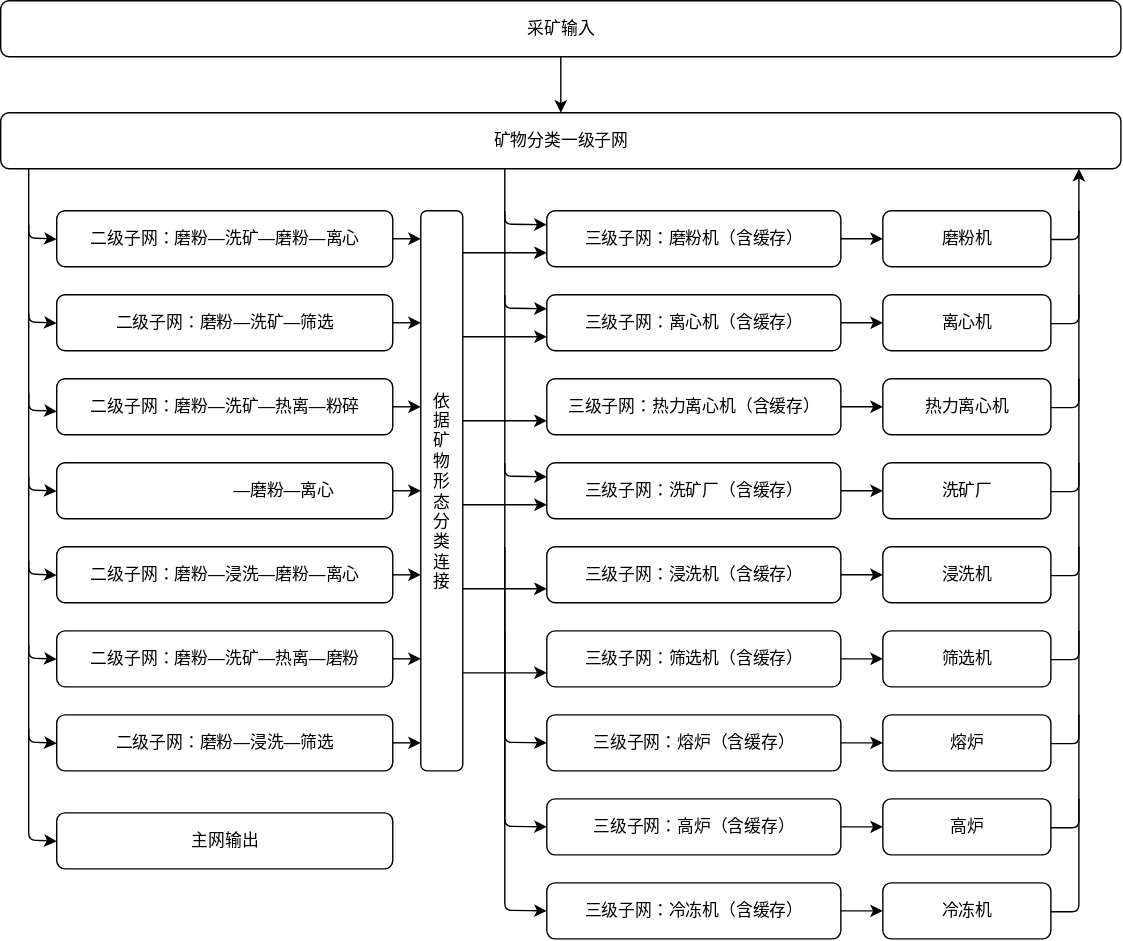
ay-tony/ay-tony.github.io keeps this draw.io diagram as src/content/typ/img/2025-08-15-13-19-00.drawio.svg. Above is the earlier version. Source tidied: cells renumbered, new cells last; positions are measured from the earlier drawing's top-left corner, leaving out a move shared by most shapes.
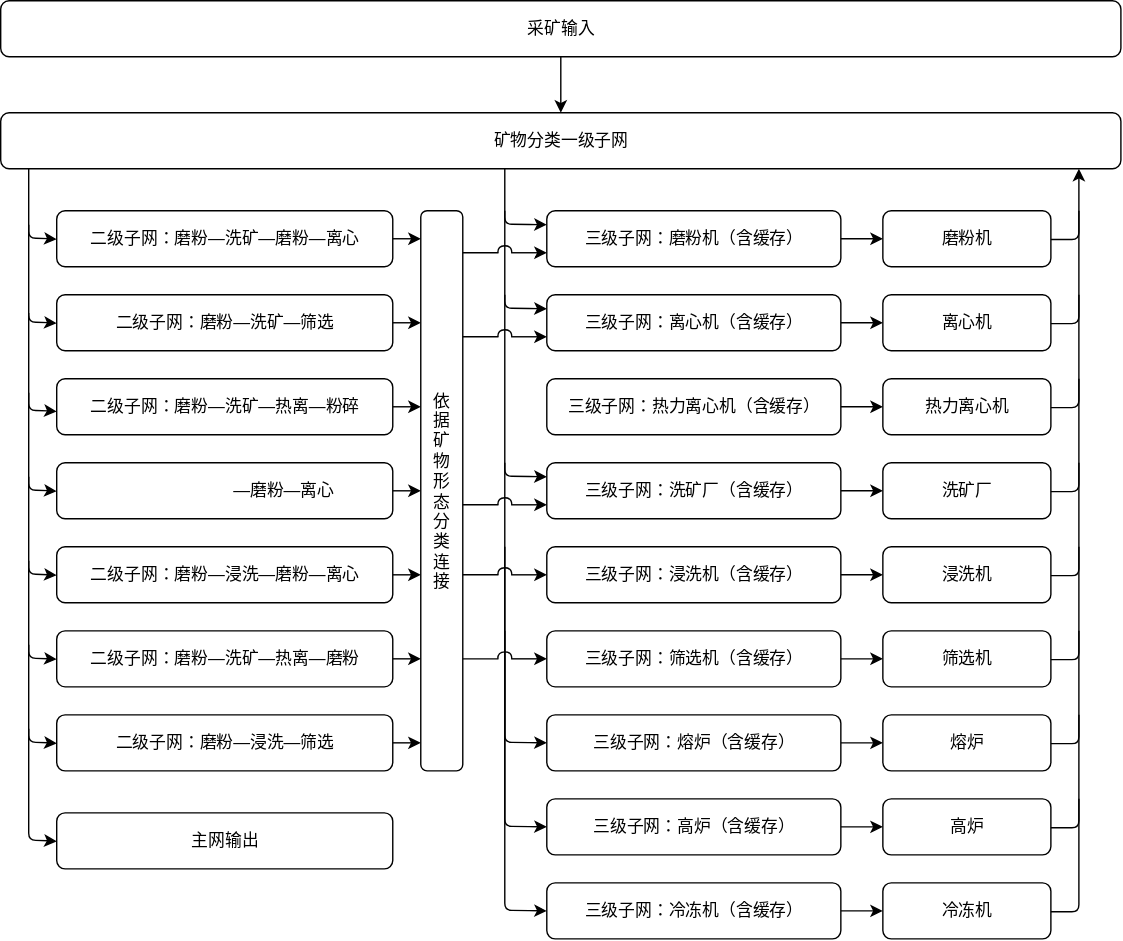
Later version of the same file.

Commit message:
fix: 修改图片问题

Diff of the diagram source:
```diff
@@ -73,9 +73,6 @@
     <mxCell id="18" style="edgeStyle=orthogonalEdgeStyle;rounded=0;jettySize=auto;html=1;exitX=1;exitY=0.5;exitDx=0;exitDy=0;entryX=0;entryY=0.5;entryDx=0;entryDy=0;" parent="1" edge="1" source="20" target="37">
       <mxGeometry relative="1" as="geometry" />
     </mxCell>
-    <mxCell id="19" style="edgeStyle=orthogonalEdgeStyle;rounded=0;jettySize=auto;html=1;exitX=0;exitY=0.75;exitDx=0;exitDy=0;entryX=1;entryY=0.075;entryDx=0;entryDy=0;entryPerimeter=0;endArrow=none;endFill=0;startArrow=classic;startFill=1;" parent="1" edge="1" source="20" target="61">
-      <mxGeometry relative="1" as="geometry" />
-    </mxCell>
     <mxCell id="20" value="三级子网：磨粉机（含缓存）" style="rounded=1;whiteSpace=wrap;html=1;labelPosition=center;verticalLabelPosition=middle;align=center;verticalAlign=middle;fillColor=none;strokeColor=light-dark(#000000,#FFFFFF);" parent="1" vertex="1">
       <mxGeometry x="390" y="150" width="210" height="40" as="geometry" />
     </mxCell>
@@ -347,36 +344,6 @@
         <mxPoint x="300" y="530" as="targetPoint" />
       </mxGeometry>
     </mxCell>
-    <mxCell id="67" style="edgeStyle=orthogonalEdgeStyle;rounded=0;orthogonalLoop=1;jettySize=auto;html=1;exitX=0;exitY=0.75;exitDx=0;exitDy=0;entryX=1;entryY=0.058;entryDx=0;entryDy=0;entryPerimeter=0;endArrow=none;endFill=0;startArrow=classic;startFill=1;" parent="1" edge="1">
-      <mxGeometry relative="1" as="geometry">
-        <mxPoint x="390" y="240" as="sourcePoint" />
-        <mxPoint x="330" y="240" as="targetPoint" />
-      </mxGeometry>
-    </mxCell>
-    <mxCell id="68" style="edgeStyle=orthogonalEdgeStyle;rounded=0;orthogonalLoop=1;jettySize=auto;html=1;exitX=0;exitY=0.75;exitDx=0;exitDy=0;entryX=1;entryY=0.058;entryDx=0;entryDy=0;entryPerimeter=0;endArrow=none;endFill=0;startArrow=classic;startFill=1;" parent="1" edge="1">
-      <mxGeometry relative="1" as="geometry">
-        <mxPoint x="390" y="300" as="sourcePoint" />
-        <mxPoint x="330" y="300" as="targetPoint" />
-      </mxGeometry>
-    </mxCell>
-    <mxCell id="69" style="edgeStyle=orthogonalEdgeStyle;rounded=0;orthogonalLoop=1;jettySize=auto;html=1;exitX=0;exitY=0.75;exitDx=0;exitDy=0;entryX=1;entryY=0.058;entryDx=0;entryDy=0;entryPerimeter=0;endArrow=none;endFill=0;startArrow=classic;startFill=1;" parent="1" edge="1">
-      <mxGeometry relative="1" as="geometry">
-        <mxPoint x="390" y="360" as="sourcePoint" />
-        <mxPoint x="330" y="360" as="targetPoint" />
-      </mxGeometry>
-    </mxCell>
-    <mxCell id="70" style="edgeStyle=orthogonalEdgeStyle;rounded=0;orthogonalLoop=1;jettySize=auto;html=1;exitX=0;exitY=0.75;exitDx=0;exitDy=0;entryX=1;entryY=0.058;entryDx=0;entryDy=0;entryPerimeter=0;endArrow=none;endFill=0;startArrow=classic;startFill=1;" parent="1" edge="1">
-      <mxGeometry relative="1" as="geometry">
-        <mxPoint x="390" y="420" as="sourcePoint" />
-        <mxPoint x="330" y="420" as="targetPoint" />
-      </mxGeometry>
-    </mxCell>
-    <mxCell id="71" style="edgeStyle=orthogonalEdgeStyle;rounded=0;orthogonalLoop=1;jettySize=auto;html=1;exitX=0;exitY=0.75;exitDx=0;exitDy=0;entryX=1;entryY=0.058;entryDx=0;entryDy=0;entryPerimeter=0;endArrow=none;endFill=0;startArrow=classic;startFill=1;" parent="1" edge="1">
-      <mxGeometry relative="1" as="geometry">
-        <mxPoint x="390" y="480" as="sourcePoint" />
-        <mxPoint x="330" y="480" as="targetPoint" />
-      </mxGeometry>
-    </mxCell>
     <mxCell id="72" style="curved=1;endArrow=classic;html=1;rounded=0;entryX=0;entryY=0.25;entryDx=0;entryDy=0;" parent="1" edge="1" target="20">
       <mxGeometry relative="1" as="geometry">
         <mxPoint x="360" y="120" as="sourcePoint" />
@@ -442,5 +409,130 @@
         </Array>
       </mxGeometry>
     </mxCell>
+    <mxCell id="78" style="group;" parent="1" vertex="1">
+      <mxGeometry x="330" y="175" width="60" height="5" as="geometry" />
+    </mxCell>
+    <mxCell id="79" style="curved=1;endArrow=none;html=1;rounded=0;endFill=0;" parent="78" edge="1">
+      <mxGeometry relative="1" as="geometry">
+        <mxPoint x="25" y="5" as="sourcePoint" />
+        <mxPoint x="35" y="5" as="targetPoint" />
+        <Array as="points">
+          <mxPoint x="25" />
+          <mxPoint x="35" />
+        </Array>
+      </mxGeometry>
+    </mxCell>
+    <mxCell id="80" style="endArrow=classic;html=1;rounded=0;" parent="78" edge="1">
+      <mxGeometry relative="1" as="geometry">
+        <mxPoint x="34.5" y="5" as="sourcePoint" />
+        <mxPoint x="60" y="5" as="targetPoint" />
+      </mxGeometry>
+    </mxCell>
+    <mxCell id="81" style="endArrow=none;html=1;rounded=0;entryX=1;entryY=0.125;entryDx=0;entryDy=0;entryPerimeter=0;" parent="78" edge="1">
+      <mxGeometry relative="1" as="geometry">
+        <mxPoint x="25.5" y="5" as="sourcePoint" />
+        <mxPoint y="5" as="targetPoint" />
+      </mxGeometry>
+    </mxCell>
+    <mxCell id="82" style="group;" parent="1" vertex="1">
+      <mxGeometry x="330" y="235" width="60" height="5" as="geometry" />
+    </mxCell>
+    <mxCell id="83" style="curved=1;endArrow=none;html=1;rounded=0;endFill=0;" parent="82" edge="1">
+      <mxGeometry relative="1" as="geometry">
+        <mxPoint x="25" y="5" as="sourcePoint" />
+        <mxPoint x="35" y="5" as="targetPoint" />
+        <Array as="points">
+          <mxPoint x="25" />
+          <mxPoint x="35" />
+        </Array>
+      </mxGeometry>
+    </mxCell>
+    <mxCell id="84" style="endArrow=classic;html=1;rounded=0;" parent="82" edge="1">
+      <mxGeometry relative="1" as="geometry">
+        <mxPoint x="34.5" y="5" as="sourcePoint" />
+        <mxPoint x="60" y="5" as="targetPoint" />
+      </mxGeometry>
+    </mxCell>
+    <mxCell id="85" style="endArrow=none;html=1;rounded=0;entryX=1;entryY=0.125;entryDx=0;entryDy=0;entryPerimeter=0;" parent="82" edge="1">
+      <mxGeometry relative="1" as="geometry">
+        <mxPoint x="25.5" y="5" as="sourcePoint" />
+        <mxPoint y="5" as="targetPoint" />
+      </mxGeometry>
+    </mxCell>
+    <mxCell id="86" style="group;" parent="1" vertex="1">
+      <mxGeometry x="330" y="355" width="60" height="5" as="geometry" />
+    </mxCell>
+    <mxCell id="87" style="curved=1;endArrow=none;html=1;rounded=0;endFill=0;" parent="86" edge="1">
+      <mxGeometry relative="1" as="geometry">
+        <mxPoint x="25" y="5" as="sourcePoint" />
+        <mxPoint x="35" y="5" as="targetPoint" />
+        <Array as="points">
+          <mxPoint x="25" />
+          <mxPoint x="35" />
+        </Array>
+      </mxGeometry>
+    </mxCell>
+    <mxCell id="88" style="endArrow=classic;html=1;rounded=0;" parent="86" edge="1">
+      <mxGeometry relative="1" as="geometry">
+        <mxPoint x="34.5" y="5" as="sourcePoint" />
+        <mxPoint x="60" y="5" as="targetPoint" />
+      </mxGeometry>
+    </mxCell>
+    <mxCell id="89" style="endArrow=none;html=1;rounded=0;entryX=1;entryY=0.125;entryDx=0;entryDy=0;entryPerimeter=0;" parent="86" edge="1">
+      <mxGeometry relative="1" as="geometry">
+        <mxPoint x="25.5" y="5" as="sourcePoint" />
+        <mxPoint y="5" as="targetPoint" />
+      </mxGeometry>
+    </mxCell>
+    <mxCell id="90" style="group;" parent="1" vertex="1">
+      <mxGeometry x="330" y="405" width="60" height="5" as="geometry" />
+    </mxCell>
+    <mxCell id="91" style="curved=1;endArrow=none;html=1;rounded=0;endFill=0;" parent="90" edge="1">
+      <mxGeometry relative="1" as="geometry">
+        <mxPoint x="25" y="5" as="sourcePoint" />
+        <mxPoint x="35" y="5" as="targetPoint" />
+        <Array as="points">
+          <mxPoint x="25" />
+          <mxPoint x="35" />
+        </Array>
+      </mxGeometry>
+    </mxCell>
+    <mxCell id="92" style="endArrow=classic;html=1;rounded=0;" parent="90" edge="1">
+      <mxGeometry relative="1" as="geometry">
+        <mxPoint x="34.5" y="5" as="sourcePoint" />
+        <mxPoint x="60" y="5" as="targetPoint" />
+      </mxGeometry>
+    </mxCell>
+    <mxCell id="93" style="endArrow=none;html=1;rounded=0;entryX=1;entryY=0.125;entryDx=0;entryDy=0;entryPerimeter=0;" parent="90" edge="1">
+      <mxGeometry relative="1" as="geometry">
+        <mxPoint x="25.5" y="5" as="sourcePoint" />
+        <mxPoint y="5" as="targetPoint" />
+      </mxGeometry>
+    </mxCell>
+    <mxCell id="94" style="group;" parent="1" vertex="1">
+      <mxGeometry x="330" y="465" width="60" height="5" as="geometry" />
+    </mxCell>
+    <mxCell id="95" style="curved=1;endArrow=none;html=1;rounded=0;endFill=0;" parent="94" edge="1">
+      <mxGeometry relative="1" as="geometry">
+        <mxPoint x="25" y="5" as="sourcePoint" />
+        <mxPoint x="35" y="5" as="targetPoint" />
+        <Array as="points">
+          <mxPoint x="25" />
+          <mxPoint x="35" />
+        </Array>
+      </mxGeometry>
+    </mxCell>
+    <mxCell id="96" style="endArrow=classic;html=1;rounded=0;" parent="94" edge="1">
+      <mxGeometry relative="1" as="geometry">
+        <mxPoint x="34.5" y="5" as="sourcePoint" />
+        <mxPoint x="60" y="5" as="targetPoint" />
+      </mxGeometry>
+    </mxCell>
+    <mxCell id="97" style="endArrow=none;html=1;rounded=0;entryX=1;entryY=0.125;entryDx=0;entryDy=0;entryPerimeter=0;" parent="94" edge="1">
+      <mxGeometry relative="1" as="geometry">
+        <mxPoint x="25.5" y="5" as="sourcePoint" />
+        <mxPoint y="5" as="targetPoint" />
+      </mxGeometry>
+    </mxCell>
   </root>
 </mxGraphModel>
```
